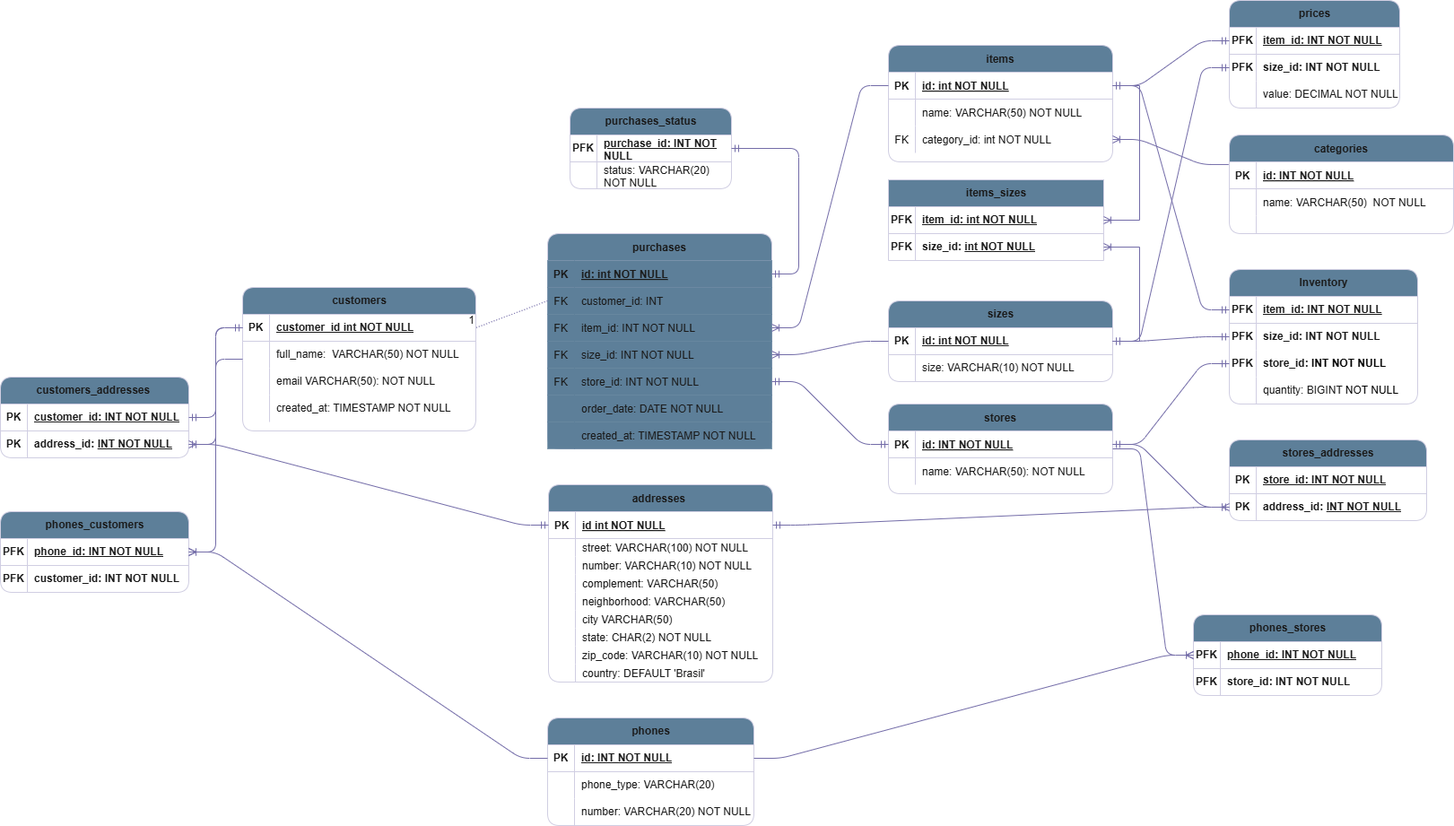
Earlier version of the draw.io export E_commerce_dbs-OLTP.png (ruancastro/e-commercy-database). Source tidied: cells renumbered, new cells last; positions are measured from the earlier drawing's top-left corner, leaving out a move shared by most shapes.
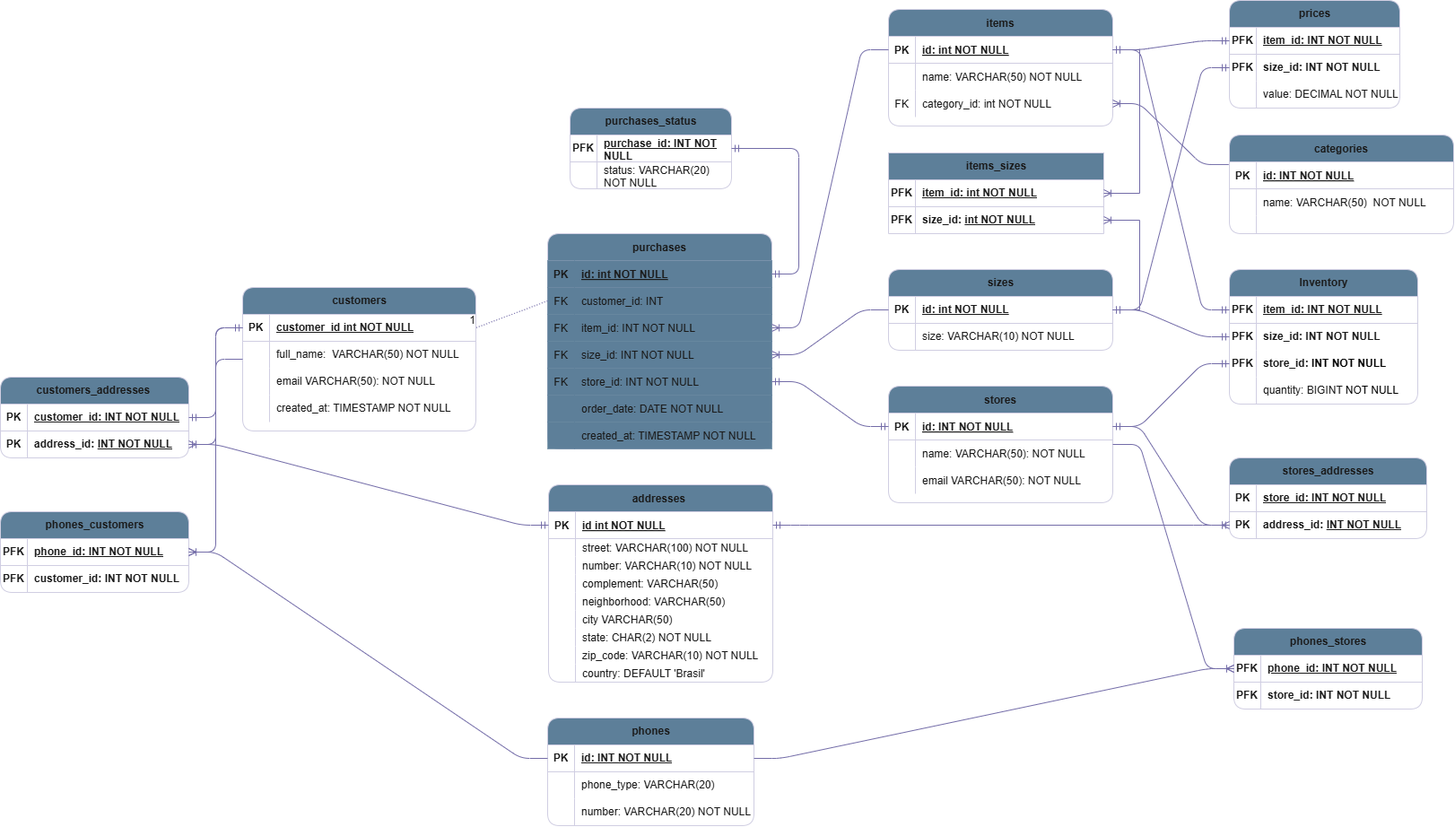
After the change.

Commit message:
adding a commercial email for stores

What changed in the source:
```diff
@@ -3,7 +3,7 @@
     <mxCell id="0" />
     <mxCell id="1" parent="0" />
     <mxCell id="2" value="stores" style="shape=table;startSize=30;rowLines=0;fontStyle=1;align=center;fillColor=#5D7F99;fontColor=#1A1A1A;strokeColor=#D0CEE2;rounded=1;labelBackgroundColor=none;" parent="1" vertex="1">
-      <mxGeometry x="990" y="450" width="250" height="100" as="geometry" />
+      <mxGeometry x="990" y="430" width="250" height="130" as="geometry" />
     </mxCell>
     <mxCell id="3" style="shape=partialRectangle;fillColor=none;points=[[0,0.5],[1,0.5]];portConstraint=eastwest;top=0;left=0;right=0;bottom=1;rounded=1;labelBackgroundColor=none;strokeColor=#D0CEE2;fontColor=#1A1A1A;" parent="2" vertex="1">
       <mxGeometry y="30" width="250" height="30" as="geometry" />
@@ -23,6 +23,15 @@
     <mxCell id="8" value="name: VARCHAR(50): NOT NULL" style="shape=partialRectangle;overflow=hidden;fillColor=none;top=0;left=0;bottom=0;right=0;align=left;spacingLeft=6;rounded=1;labelBackgroundColor=none;strokeColor=#D0CEE2;fontColor=#1A1A1A;" parent="6" vertex="1">
       <mxGeometry x="30" width="220" height="30" as="geometry" />
     </mxCell>
+    <mxCell id="197" style="shape=partialRectangle;fillColor=none;top=0;left=0;right=0;bottom=0;rounded=1;labelBackgroundColor=none;strokeColor=#D0CEE2;fontColor=#1A1A1A;" parent="2" vertex="1">
+      <mxGeometry y="90" width="250" height="30" as="geometry" />
+    </mxCell>
+    <mxCell id="198" style="shape=partialRectangle;overflow=hidden;fillColor=none;top=0;left=0;bottom=0;right=0;rounded=1;labelBackgroundColor=none;strokeColor=#D0CEE2;fontColor=#1A1A1A;" parent="197" vertex="1">
+      <mxGeometry width="30" height="30" as="geometry" />
+    </mxCell>
+    <mxCell id="199" value="email VARCHAR(50): NOT NULL " style="shape=partialRectangle;overflow=hidden;fillColor=none;top=0;left=0;bottom=0;right=0;align=left;spacingLeft=6;rounded=1;labelBackgroundColor=none;strokeColor=#D0CEE2;fontColor=#1A1A1A;" parent="197" vertex="1">
+      <mxGeometry x="30" width="220" height="30" as="geometry" />
+    </mxCell>
     <mxCell id="9" value="purchases" style="shape=table;startSize=30;rowLines=0;fontStyle=1;align=center;fillColor=#5D7F99;fontColor=#1A1A1A;strokeColor=#D0CEE2;rounded=1;labelBackgroundColor=none;" parent="1" vertex="1">
       <mxGeometry x="610" y="260" width="250" height="240" as="geometry" />
     </mxCell>
@@ -90,7 +99,7 @@
       <mxGeometry x="30" width="220" height="30" as="geometry" />
     </mxCell>
     <mxCell id="31" value="items" style="shape=table;startSize=30;rowLines=0;fontStyle=1;align=center;fillColor=#5D7F99;fontColor=#1A1A1A;strokeColor=#D0CEE2;rounded=1;labelBackgroundColor=none;" parent="1" vertex="1">
-      <mxGeometry x="990" y="50" width="250" height="130" as="geometry" />
+      <mxGeometry x="990" y="10" width="250" height="130" as="geometry" />
     </mxCell>
     <mxCell id="32" style="shape=partialRectangle;fillColor=none;points=[[0,0.5],[1,0.5]];portConstraint=eastwest;top=0;left=0;right=0;bottom=1;rounded=1;labelBackgroundColor=none;strokeColor=#D0CEE2;fontColor=#1A1A1A;" parent="31" vertex="1">
       <mxGeometry y="30" width="250" height="30" as="geometry" />
@@ -327,7 +336,7 @@
       <mxGeometry relative="1" as="geometry" />
     </mxCell>
     <mxCell id="110" value="stores_addresses" style="shape=table;startSize=30;rowLines=0;fontStyle=1;align=center;html=1;fillColor=#5D7F99;fontColor=#1A1A1A;strokeColor=#D0CEE2;rounded=1;labelBackgroundColor=none;" parent="1" vertex="1">
-      <mxGeometry x="1370" y="490" width="220" height="90" as="geometry" />
+      <mxGeometry x="1370" y="510" width="220" height="90" as="geometry" />
     </mxCell>
     <mxCell id="111" style="shape=tableRow;horizontal=0;startSize=0;swimlaneHead=0;swimlaneBody=0;fillColor=none;top=0;left=0;right=0;bottom=1;rounded=1;labelBackgroundColor=none;strokeColor=#D0CEE2;fontColor=#1A1A1A;" parent="110" vertex="1">
       <mxGeometry y="30" width="220" height="30" as="geometry" />
@@ -387,7 +396,7 @@
       <mxGeometry x="30" width="160" height="30" as="geometry" />
     </mxCell>
     <mxCell id="130" value="sizes" style="shape=table;startSize=30;rowLines=0;fontStyle=1;align=center;html=1;fillColor=#5D7F99;fontColor=#1A1A1A;strokeColor=#D0CEE2;rounded=1;labelBackgroundColor=none;" parent="1" vertex="1">
-      <mxGeometry x="990" y="335" width="250" height="90" as="geometry" />
+      <mxGeometry x="990" y="300" width="250" height="90" as="geometry" />
     </mxCell>
     <mxCell id="131" style="shape=tableRow;horizontal=0;startSize=0;swimlaneHead=0;swimlaneBody=0;fillColor=none;points=[[0,0.5],[1,0.5]];portConstraint=eastwest;top=0;left=0;right=0;bottom=1;rounded=1;labelBackgroundColor=none;strokeColor=#D0CEE2;fontColor=#1A1A1A;" parent="130" vertex="1">
       <mxGeometry y="30" width="250" height="30" as="geometry" />
@@ -450,7 +459,7 @@
       <mxGeometry relative="1" as="geometry" />
     </mxCell>
     <mxCell id="151" value="phones_stores" style="shape=table;startSize=30;rowLines=0;fontStyle=1;align=center;html=1;fillColor=#5D7F99;fontColor=#1A1A1A;strokeColor=#D0CEE2;rounded=1;labelBackgroundColor=none;" parent="1" vertex="1">
-      <mxGeometry x="1330" y="685" width="210" height="90" as="geometry" />
+      <mxGeometry x="1375" y="700" width="210" height="90" as="geometry" />
     </mxCell>
     <mxCell id="152" style="shape=tableRow;horizontal=0;startSize=0;swimlaneHead=0;swimlaneBody=0;fillColor=none;points=[[0,0.5],[1,0.5]];portConstraint=eastwest;top=0;left=0;right=0;bottom=1;rounded=1;labelBackgroundColor=none;strokeColor=#D0CEE2;fontColor=#1A1A1A;" parent="151" vertex="1">
       <mxGeometry y="30" width="210" height="30" as="geometry" />
@@ -565,7 +574,7 @@
       <mxGeometry relative="1" as="geometry" />
     </mxCell>
     <mxCell id="188" value="&lt;div&gt;items_sizes&lt;/div&gt;" style="shape=table;startSize=30;rowLines=0;fontStyle=1;align=center;html=1;labelBackgroundColor=none;fillColor=#5D7F99;strokeColor=#D0CEE2;fontColor=#1A1A1A;" parent="1" vertex="1">
-      <mxGeometry x="990" y="200" width="240" height="90" as="geometry" />
+      <mxGeometry x="990" y="170" width="240" height="90" as="geometry" />
     </mxCell>
     <mxCell id="189" style="shape=tableRow;horizontal=0;startSize=0;swimlaneHead=0;swimlaneBody=0;fillColor=none;points=[[0,0.5],[1,0.5]];portConstraint=eastwest;top=0;left=0;right=0;bottom=1;labelBackgroundColor=none;strokeColor=#D0CEE2;fontColor=#1A1A1A;" parent="188" vertex="1">
       <mxGeometry y="30" width="240" height="30" as="geometry" />
```
